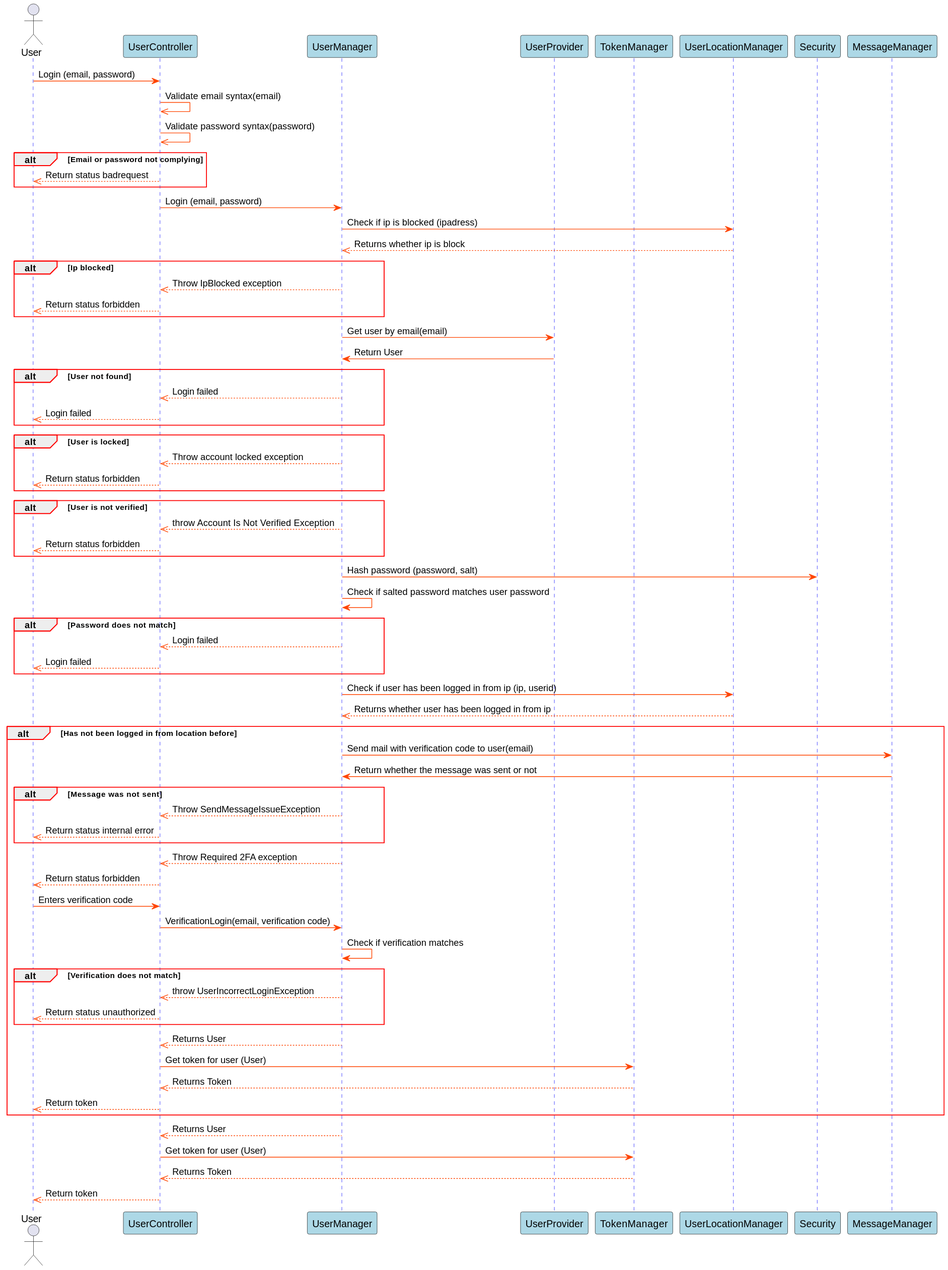
The PlantUML diagram Docs/out/SDDiagrams/LoginSD/Login SD.svg in blackout1471/trust-us-school, before a commit.
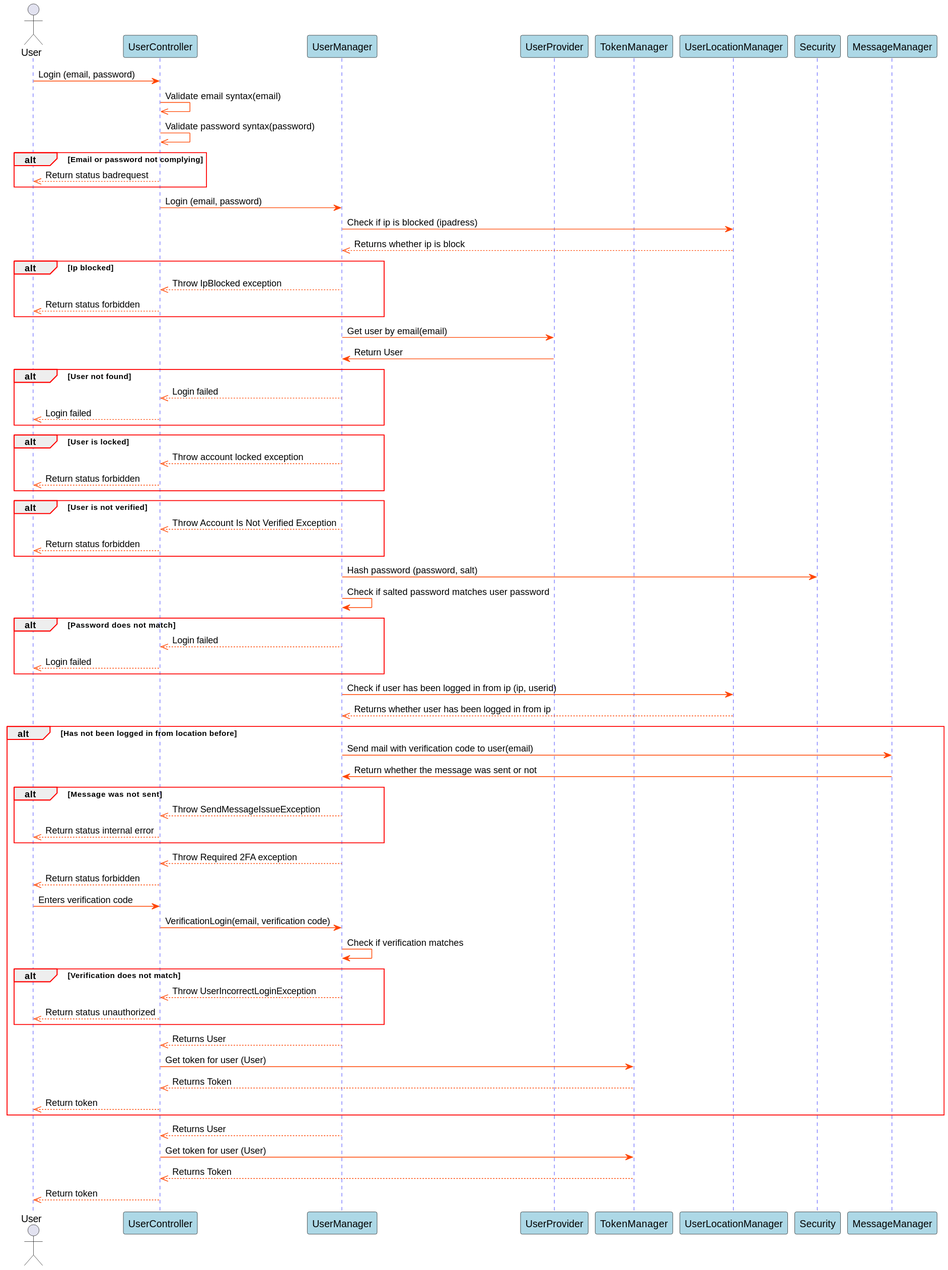
The same file after the commit.

Change to the diagram source:
```diff
@@ -57,7 +57,7 @@
 
 alt User is not verified
 
-UserManager-->>UserController: throw Account Is Not Verified Exception
+UserManager-->>UserController: Throw Account Is Not Verified Exception
 UserController-->>User: Return status forbidden
 
 end
@@ -92,7 +92,7 @@
 UserManager->UserManager: Check if verification matches
 alt Verification does not match
 
-UserManager-->>UserController: throw UserIncorrectLoginException
+UserManager-->>UserController: Throw UserIncorrectLoginException
 UserController-->>User: Return status unauthorized
 
 end
```
